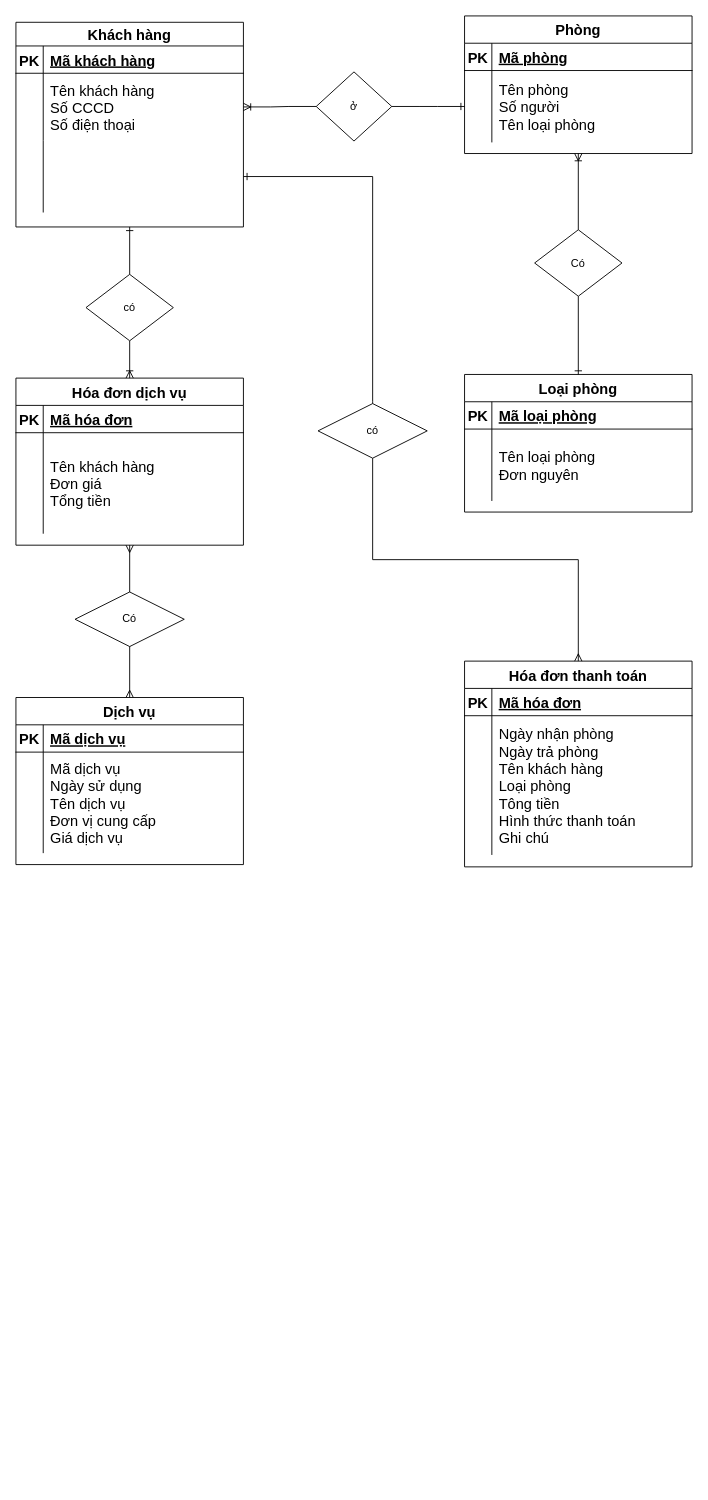
The draw.io diagram chart_4.drawio in gakucode0602/Chart, before the edit. Source tidied: cells renumbered, new cells numbered last; positions are measured from the earlier drawing's top-left corner, leaving out a move shared by most shapes. Both pictures are drawn from the tidied source at 91%, with x=0, y=0 at pixel (15, 15).
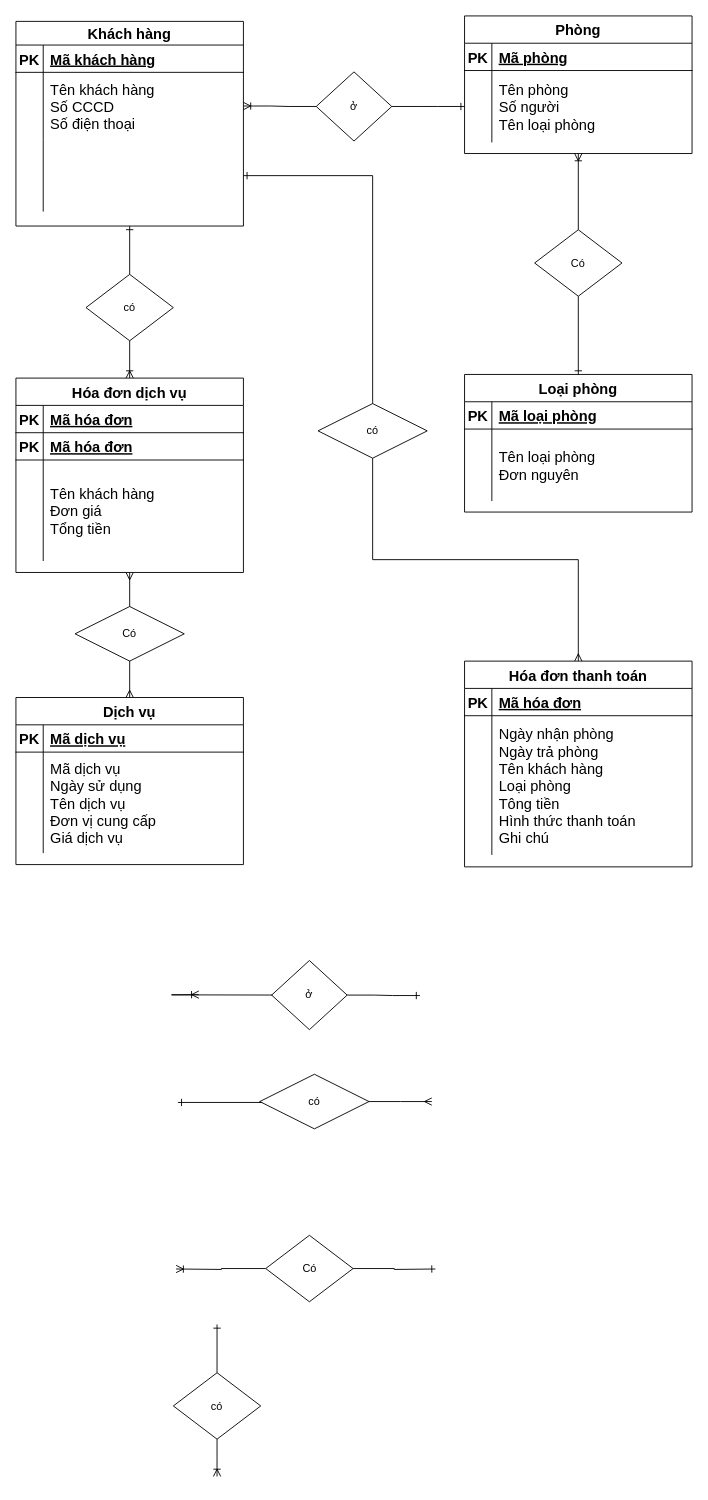
The same page after the edit.

Commit message:
Cập nhật chart_4.drawio

Change to the diagram source:
```diff
@@
     <mxCell id="2" value="Khách hàng" style="shape=table;startSize=26;childLayout=tableLayout;rowLines=0;fontStyle=1;align=center;fontSize=16;" parent="1" vertex="1">
-      <mxGeometry y="7" width="250" height="224.9" as="geometry" />
+      <mxGeometry y="6" width="250" height="224.9" as="geometry" />
     </mxCell>
@@
     <mxCell id="33" value="Hóa đơn dịch vụ" style="shape=table;startSize=30;childLayout=tableLayout;rowLines=0;fontStyle=1;align=center;fontSize=16;" parent="1" vertex="1">
-      <mxGeometry y="398" width="250" height="183.6" as="geometry" />
+      <mxGeometry y="398" width="250" height="213.6" as="geometry" />
     </mxCell>
@@
+    <mxCell id="61" style="shape=partialRectangle;fillColor=none;top=0;left=0;right=0;bottom=1;fontSize=16;" parent="33" vertex="1">
+      <mxGeometry y="60" width="250" height="30" as="geometry" />
+    </mxCell>
+    <mxCell id="62" value="PK" style="shape=partialRectangle;overflow=hidden;fillColor=none;top=0;left=0;bottom=0;right=0;fontStyle=1;fontSize=16;" parent="61" vertex="1">
+      <mxGeometry width="30" height="30" as="geometry" />
+    </mxCell>
+    <mxCell id="63" value="Mã hóa đơn" style="shape=partialRectangle;overflow=hidden;fillColor=none;top=0;left=0;bottom=0;right=0;align=left;spacingLeft=6;fontStyle=5;fontSize=16;" parent="61" vertex="1">
+      <mxGeometry x="30" width="220" height="30" as="geometry" />
+    </mxCell>
     <mxCell id="37" style="shape=partialRectangle;fillColor=none;top=0;left=0;right=0;bottom=0;fontSize=16;" parent="33" vertex="1">
-      <mxGeometry y="60" width="250" height="111" as="geometry" />
+      <mxGeometry y="90" width="250" height="111" as="geometry" />
     </mxCell>
@@
     <mxCell id="57" value="Có" style="shape=rhombus;perimeter=rhombusPerimeter;whiteSpace=wrap;html=1;align=center;" parent="1" vertex="1">
-      <mxGeometry x="65" y="633" width="120" height="60" as="geometry" />
+      <mxGeometry x="65" y="649" width="120" height="60" as="geometry" />
     </mxCell>
@@
+    <mxCell id="64" style="edgeStyle=entityRelationEdgeStyle;fontSize=12;html=1;endArrow=ERoneToMany;rounded=0;entryX=1;entryY=0.5;entryDx=0;entryDy=0;exitX=0;exitY=0.5;exitDx=0;exitDy=0;" parent="1" edge="1" source="65">
+      <mxGeometry relative="1" as="geometry">
+        <mxPoint x="201" y="1075.5" as="targetPoint" />
+        <Array as="points">
+          <mxPoint x="378" y="1262.5" />
+          <mxPoint x="382" y="1144.2" />
+          <mxPoint x="346" y="1198.5" />
+          <mxPoint x="305" y="1207" />
+          <mxPoint x="252" y="1117" />
+        </Array>
+      </mxGeometry>
+    </mxCell>
+    <mxCell id="65" value="ở" style="shape=rhombus;perimeter=rhombusPerimeter;whiteSpace=wrap;html=1;align=center;" parent="1" vertex="1">
+      <mxGeometry x="281" y="1038" width="83" height="76" as="geometry" />
+    </mxCell>
+    <mxCell id="66" style="edgeStyle=entityRelationEdgeStyle;fontSize=12;html=1;endArrow=ERone;endFill=1;rounded=0;entryX=0;entryY=0.5;entryDx=0;entryDy=0;exitX=1;exitY=0.5;exitDx=0;exitDy=0;" parent="1" edge="1" source="65">
+      <mxGeometry relative="1" as="geometry">
+        <mxPoint x="444" y="1076.5" as="targetPoint" />
+        <Array as="points">
+          <mxPoint x="443" y="1104.5" />
+          <mxPoint x="396" y="1035.5" />
+        </Array>
+      </mxGeometry>
+    </mxCell>
+    <mxCell id="67" style="edgeStyle=orthogonalEdgeStyle;fontSize=12;html=1;endArrow=ERone;endFill=1;rounded=0;exitX=0;exitY=0.5;exitDx=0;exitDy=0;" parent="1" edge="1" source="68">
+      <mxGeometry relative="1" as="geometry">
+        <mxPoint x="178" y="1194" as="targetPoint" />
+        <Array as="points">
+          <mxPoint x="385" y="1194" />
+          <mxPoint x="385" y="1194" />
+        </Array>
+      </mxGeometry>
+    </mxCell>
+    <mxCell id="68" value="có" style="shape=rhombus;perimeter=rhombusPerimeter;whiteSpace=wrap;html=1;align=center;" parent="1" vertex="1">
+      <mxGeometry x="268" y="1163" width="120" height="60" as="geometry" />
+    </mxCell>
+    <mxCell id="69" style="edgeStyle=orthogonalEdgeStyle;fontSize=12;html=1;endArrow=ERmany;rounded=0;exitX=1;exitY=0.5;exitDx=0;exitDy=0;" parent="1" edge="1" source="68">
+      <mxGeometry relative="1" as="geometry">
+        <mxPoint x="457" y="1193" as="targetPoint" />
+      </mxGeometry>
+    </mxCell>
+    <mxCell id="70" style="edgeStyle=orthogonalEdgeStyle;fontSize=12;html=1;endArrow=ERoneToMany;rounded=0;exitX=0;exitY=0.5;exitDx=0;exitDy=0;" parent="1" edge="1" source="71">
+      <mxGeometry relative="1" as="geometry">
+        <mxPoint x="176" y="1377" as="targetPoint" />
+      </mxGeometry>
+    </mxCell>
+    <mxCell id="71" value="Có" style="shape=rhombus;perimeter=rhombusPerimeter;whiteSpace=wrap;html=1;align=center;" parent="1" vertex="1">
+      <mxGeometry x="274.5" y="1340" width="96" height="73" as="geometry" />
+    </mxCell>
+    <mxCell id="72" style="edgeStyle=orthogonalEdgeStyle;fontSize=12;html=1;endArrow=ERone;endFill=1;rounded=0;exitX=1;exitY=0.5;exitDx=0;exitDy=0;" parent="1" edge="1" source="71">
+      <mxGeometry relative="1" as="geometry">
+        <mxPoint x="461" y="1377" as="targetPoint" />
+      </mxGeometry>
+    </mxCell>
+    <mxCell id="73" style="edgeStyle=orthogonalEdgeStyle;fontSize=12;html=1;endArrow=ERone;endFill=1;rounded=0;exitX=0.5;exitY=1;exitDx=0;exitDy=0;entryX=0.5;entryY=1;entryDx=0;entryDy=0;" parent="1" edge="1" source="74">
+      <mxGeometry relative="1" as="geometry">
+        <mxPoint x="221" y="1438" as="targetPoint" />
+      </mxGeometry>
+    </mxCell>
+    <mxCell id="74" value="có" style="shape=rhombus;perimeter=rhombusPerimeter;whiteSpace=wrap;html=1;align=center;direction=west;" parent="1" vertex="1">
+      <mxGeometry x="173" y="1491" width="96" height="73" as="geometry" />
+    </mxCell>
+    <mxCell id="75" style="edgeStyle=orthogonalEdgeStyle;fontSize=12;html=1;endArrow=ERoneToMany;rounded=0;exitX=0.5;exitY=0;exitDx=0;exitDy=0;entryX=0.5;entryY=0;entryDx=0;entryDy=0;" parent="1" edge="1" source="74">
+      <mxGeometry relative="1" as="geometry">
+        <mxPoint x="221" y="1605" as="targetPoint" />
+      </mxGeometry>
+    </mxCell>
```
